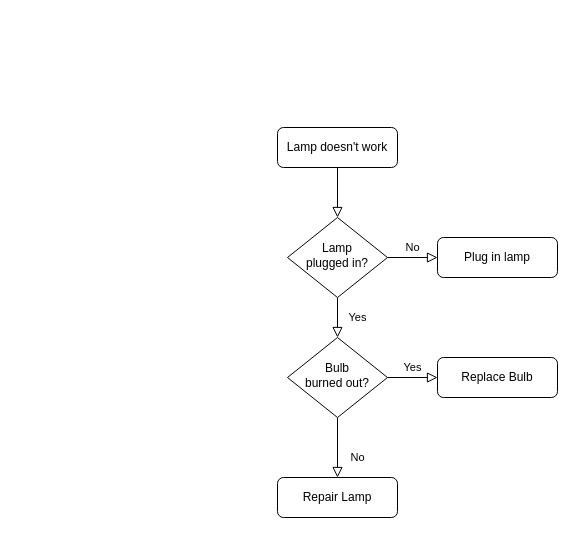
Before: Diagrama sin título.drawio in BGARCIAMA/PruebaR, a draw.io diagram. Source tidied: cells renumbered, new cells numbered last; positions are measured from the earlier drawing's top-left corner, leaving out a move shared by most shapes. Both pictures are drawn from the tidied source at 100%, with x=0, y=0 at pixel (277, 127).
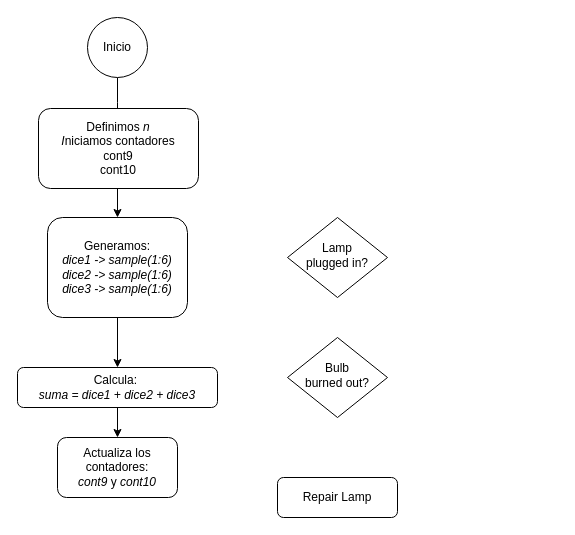
The same diagram, later.

What changed in the source:
```diff
@@
 <mxGraphModel>
   <root>
     <mxCell id="0" />
     <mxCell id="1" parent="0" />
-    <mxCell id="2" style="rounded=0;html=1;jettySize=auto;fontSize=11;endArrow=block;endFill=0;endSize=8;strokeWidth=1;shadow=0;labelBackgroundColor=none;edgeStyle=orthogonalEdgeStyle;" parent="1" edge="1" source="3" target="6">
-      <mxGeometry relative="1" as="geometry" />
-    </mxCell>
-    <mxCell id="3" value="Lamp doesn't work" style="rounded=1;whiteSpace=wrap;html=1;fontSize=12;glass=0;strokeWidth=1;shadow=0;" parent="1" vertex="1">
-      <mxGeometry width="120" height="40" as="geometry" />
-    </mxCell>
-    <mxCell id="4" value="Yes" style="rounded=0;html=1;jettySize=auto;fontSize=11;endArrow=block;endFill=0;endSize=8;strokeWidth=1;shadow=0;labelBackgroundColor=none;edgeStyle=orthogonalEdgeStyle;" parent="1" edge="1" source="6" target="10">
-      <mxGeometry y="20" relative="1" as="geometry" />
-    </mxCell>
-    <mxCell id="5" value="No" style="edgeStyle=orthogonalEdgeStyle;rounded=0;html=1;jettySize=auto;fontSize=11;endArrow=block;endFill=0;endSize=8;strokeWidth=1;shadow=0;labelBackgroundColor=none;" parent="1" edge="1" source="6" target="7">
-      <mxGeometry y="10" relative="1" as="geometry" />
-    </mxCell>
     <mxCell id="6" value="Lamp&lt;br&gt;plugged in?" style="rhombus;whiteSpace=wrap;html=1;shadow=0;fontFamily=Helvetica;fontSize=12;align=center;strokeWidth=1;spacing=6;spacingTop=-4;" parent="1" vertex="1">
       <mxGeometry x="10" y="90" width="100" height="80" as="geometry" />
     </mxCell>
-    <mxCell id="7" value="Plug in lamp" style="rounded=1;whiteSpace=wrap;html=1;fontSize=12;glass=0;strokeWidth=1;shadow=0;" parent="1" vertex="1">
-      <mxGeometry x="160" y="110" width="120" height="40" as="geometry" />
-    </mxCell>
-    <mxCell id="8" value="No" style="rounded=0;html=1;jettySize=auto;fontSize=11;endArrow=block;endFill=0;endSize=8;strokeWidth=1;shadow=0;labelBackgroundColor=none;edgeStyle=orthogonalEdgeStyle;" parent="1" edge="1" source="10" target="11">
-      <mxGeometry x="0.33" y="20" relative="1" as="geometry" />
-    </mxCell>
-    <mxCell id="9" value="Yes" style="edgeStyle=orthogonalEdgeStyle;rounded=0;html=1;jettySize=auto;fontSize=11;endArrow=block;endFill=0;endSize=8;strokeWidth=1;shadow=0;labelBackgroundColor=none;" parent="1" edge="1" source="10" target="12">
-      <mxGeometry y="10" relative="1" as="geometry" />
-    </mxCell>
     <mxCell id="10" value="Bulb&lt;br&gt;burned out?" style="rhombus;whiteSpace=wrap;html=1;shadow=0;fontFamily=Helvetica;fontSize=12;align=center;strokeWidth=1;spacing=6;spacingTop=-4;" parent="1" vertex="1">
       <mxGeometry x="10" y="210" width="100" height="80" as="geometry" />
     </mxCell>
     <mxCell id="11" value="Repair Lamp" style="rounded=1;whiteSpace=wrap;html=1;fontSize=12;glass=0;strokeWidth=1;shadow=0;" parent="1" vertex="1">
       <mxGeometry y="350" width="120" height="40" as="geometry" />
     </mxCell>
-    <mxCell id="12" value="Replace Bulb" style="rounded=1;whiteSpace=wrap;html=1;fontSize=12;glass=0;strokeWidth=1;shadow=0;" parent="1" vertex="1">
-      <mxGeometry x="160" y="230" width="120" height="40" as="geometry" />
-    </mxCell>
+    <mxCell id="13" style="edgeStyle=orthogonalEdgeStyle;rounded=0;jettySize=auto;html=1;exitX=0.5;exitY=1;exitDx=0;exitDy=0;" parent="1" edge="1" source="14">
+      <mxGeometry relative="1" as="geometry">
+        <mxPoint x="-160" as="targetPoint" />
+      </mxGeometry>
+    </mxCell>
+    <mxCell id="14" value="Inicio" style="ellipse;whiteSpace=wrap;html=1;" parent="1" vertex="1">
+      <mxGeometry x="-190" y="-110" width="60" height="60" as="geometry" />
+    </mxCell>
+    <mxCell id="15" style="edgeStyle=orthogonalEdgeStyle;rounded=0;jettySize=auto;html=1;exitX=0.5;exitY=1;exitDx=0;exitDy=0;" parent="1" edge="1" source="16">
+      <mxGeometry relative="1" as="geometry">
+        <mxPoint x="-160" y="90" as="targetPoint" />
+      </mxGeometry>
+    </mxCell>
+    <mxCell id="16" value="Definimos &lt;i&gt;n&lt;/i&gt;&lt;div&gt;&lt;i&gt;I&lt;/i&gt;niciamos contadores&lt;/div&gt;&lt;div&gt;cont9&lt;/div&gt;&lt;div&gt;cont10&lt;/div&gt;" style="rounded=1;whiteSpace=wrap;html=1;fontSize=12;glass=0;strokeWidth=1;shadow=0;" parent="1" vertex="1">
+      <mxGeometry x="-239" y="-19" width="160" height="80" as="geometry" />
+    </mxCell>
+    <mxCell id="17" style="edgeStyle=orthogonalEdgeStyle;rounded=0;jettySize=auto;html=1;" parent="1" edge="1" source="18" target="20">
+      <mxGeometry relative="1" as="geometry" />
+    </mxCell>
+    <mxCell id="18" value="Generamos:&lt;div&gt;&lt;span style=&quot;background-color: initial;&quot;&gt;&lt;i&gt;dice1 -&amp;gt; sample(1:6)&lt;/i&gt;&lt;/span&gt;&lt;/div&gt;&lt;div&gt;&lt;i&gt;dice2 -&amp;gt; sample(1:6)&lt;span style=&quot;background-color: initial;&quot;&gt;&lt;br&gt;&lt;/span&gt;&lt;/i&gt;&lt;/div&gt;&lt;div&gt;&lt;i&gt;dice3 -&amp;gt; sample(1:6)&lt;/i&gt;&lt;br&gt;&lt;/div&gt;" style="rounded=1;whiteSpace=wrap;html=1;fontSize=12;glass=0;strokeWidth=1;shadow=0;" parent="1" vertex="1">
+      <mxGeometry x="-230" y="90" width="140" height="100" as="geometry" />
+    </mxCell>
+    <mxCell id="19" style="edgeStyle=orthogonalEdgeStyle;rounded=0;jettySize=auto;html=1;" parent="1" edge="1" source="20" target="21">
+      <mxGeometry relative="1" as="geometry" />
+    </mxCell>
+    <mxCell id="20" value="Calcula:&amp;nbsp;&lt;div&gt;&lt;i&gt;suma = dice1 + dice2 + dice3&lt;/i&gt;&lt;/div&gt;" style="rounded=1;whiteSpace=wrap;html=1;fontSize=12;glass=0;strokeWidth=1;shadow=0;" parent="1" vertex="1">
+      <mxGeometry x="-260" y="240" width="200" height="40" as="geometry" />
+    </mxCell>
+    <mxCell id="21" value="Actualiza los contadores:&lt;div&gt;&lt;i&gt;cont9&lt;/i&gt; y &lt;i&gt;cont10&lt;/i&gt;&lt;/div&gt;" style="rounded=1;whiteSpace=wrap;html=1;fontSize=12;glass=0;strokeWidth=1;shadow=0;" parent="1" vertex="1">
+      <mxGeometry x="-220" y="310" width="120" height="60" as="geometry" />
+    </mxCell>
   </root>
 </mxGraphModel>
```
